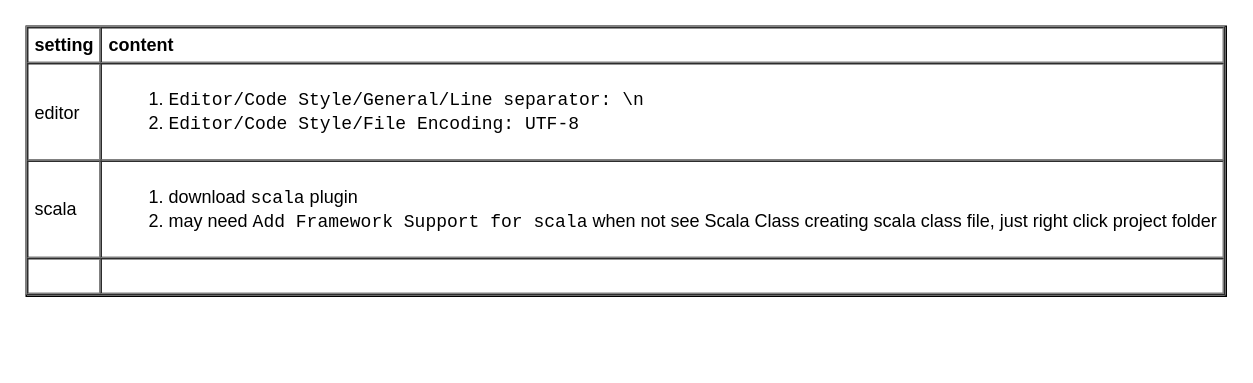
Above: page "settings" (2 of 2) of editor/idea/idea.drawio in yangdj/tf_docs (draw.io), before the change. Source tidied: cells renumbered, new cells numbered last; positions are measured from the earlier drawing's top-left corner, leaving out a move shared by most shapes. Both pictures are drawn from the tidied source at 150%, with x=0, y=0 at pixel (26, 26).
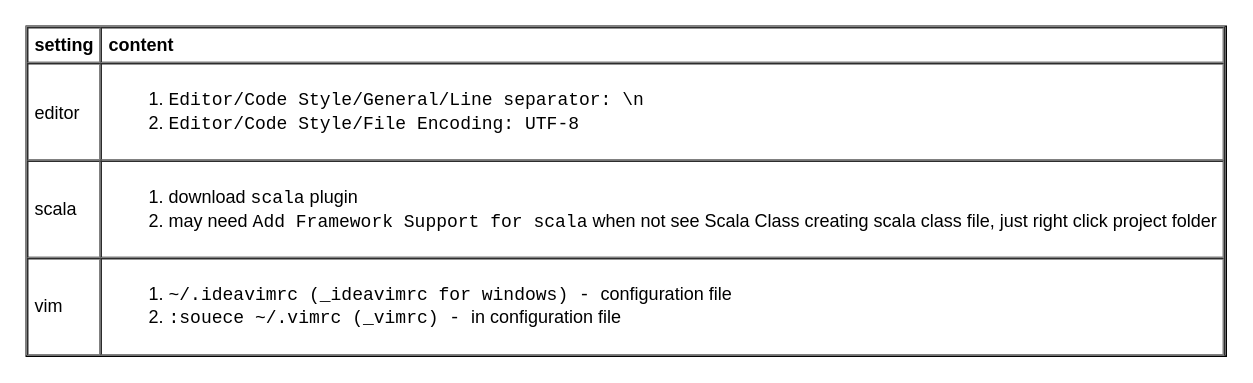
After the change.

What changed in the source:
```diff
@@
 <mxGraphModel>
   <root>
     <mxCell id="0" />
     <mxCell id="1" parent="0" />
-    <mxCell id="2" value="&lt;table cellpadding=&quot;4&quot; cellspacing=&quot;0&quot; border=&quot;1&quot; style=&quot;font-size: 1em ; width: 100% ; height: 100%&quot;&gt;&lt;tbody&gt;&lt;tr&gt;&lt;th&gt;setting&lt;/th&gt;&lt;th&gt;content&lt;/th&gt;&lt;/tr&gt;&lt;tr&gt;&lt;td&gt;editor&lt;/td&gt;&lt;td&gt;&lt;ol&gt;&lt;li&gt;&lt;font face=&quot;Courier New&quot;&gt;Editor/Code Style/General/Line separator: \n&lt;/font&gt;&lt;/li&gt;&lt;li&gt;&lt;font face=&quot;Courier New&quot;&gt;Editor/Code Style/File Encoding: UTF-8&lt;br&gt;&lt;/font&gt;&lt;/li&gt;&lt;/ol&gt;&lt;/td&gt;&lt;/tr&gt;&lt;tr&gt;&lt;td&gt;scala&lt;/td&gt;&lt;td&gt;&lt;ol&gt;&lt;li&gt;download&amp;nbsp;&lt;font face=&quot;Courier New&quot;&gt;scala&lt;/font&gt;&amp;nbsp;plugin&lt;/li&gt;&lt;li&gt;may need&amp;nbsp;&lt;font face=&quot;Courier New&quot;&gt;Add Framework Support for scala&lt;/font&gt; when not see Scala Class creating scala class file, just right click project folder&lt;/li&gt;&lt;/ol&gt;&lt;/td&gt;&lt;/tr&gt;&lt;tr&gt;&lt;td&gt;&lt;/td&gt;&lt;td&gt;&lt;br&gt;&lt;/td&gt;&lt;/tr&gt;&lt;/tbody&gt;&lt;/table&gt; " style="verticalAlign=top;align=left;overflow=fill;fontSize=12;fontFamily=Helvetica;html=1;" parent="1" vertex="1">
-      <mxGeometry width="800" height="180" as="geometry" />
+    <mxCell id="2" value="&lt;table cellpadding=&quot;4&quot; cellspacing=&quot;0&quot; border=&quot;1&quot; style=&quot;font-size: 1em ; width: 100% ; height: 100%&quot;&gt;&lt;tbody&gt;&lt;tr&gt;&lt;th&gt;setting&lt;/th&gt;&lt;th&gt;content&lt;/th&gt;&lt;/tr&gt;&lt;tr&gt;&lt;td&gt;editor&lt;/td&gt;&lt;td&gt;&lt;ol&gt;&lt;li&gt;&lt;font face=&quot;Courier New&quot;&gt;Editor/Code Style/General/Line separator: \n&lt;/font&gt;&lt;/li&gt;&lt;li&gt;&lt;font face=&quot;Courier New&quot;&gt;Editor/Code Style/File Encoding: UTF-8&lt;br&gt;&lt;/font&gt;&lt;/li&gt;&lt;/ol&gt;&lt;/td&gt;&lt;/tr&gt;&lt;tr&gt;&lt;td&gt;scala&lt;/td&gt;&lt;td&gt;&lt;ol&gt;&lt;li&gt;download&amp;nbsp;&lt;font face=&quot;Courier New&quot;&gt;scala&lt;/font&gt;&amp;nbsp;plugin&lt;/li&gt;&lt;li&gt;may need&amp;nbsp;&lt;font face=&quot;Courier New&quot;&gt;Add Framework Support for scala&lt;/font&gt; when not see Scala Class creating scala class file, just right click project folder&lt;/li&gt;&lt;/ol&gt;&lt;/td&gt;&lt;/tr&gt;&lt;tr&gt;&lt;td&gt;vim&lt;/td&gt;&lt;td&gt;&lt;ol&gt;&lt;li&gt;&lt;font face=&quot;Courier New&quot;&gt;~/.ideavimrc (_ideavimrc for windows) - &lt;/font&gt;configuration file&lt;/li&gt;&lt;li&gt;&lt;font face=&quot;Courier New&quot;&gt;:souece ~/.vimrc (_vimrc) - &lt;/font&gt;in configuration file&lt;/li&gt;&lt;/ol&gt;&lt;/td&gt;&lt;/tr&gt;&lt;/tbody&gt;&lt;/table&gt; " style="verticalAlign=top;align=left;overflow=fill;fontSize=12;fontFamily=Helvetica;html=1;" parent="1" vertex="1">
+      <mxGeometry width="800" height="220" as="geometry" />
     </mxCell>
   </root>
 </mxGraphModel>
```
